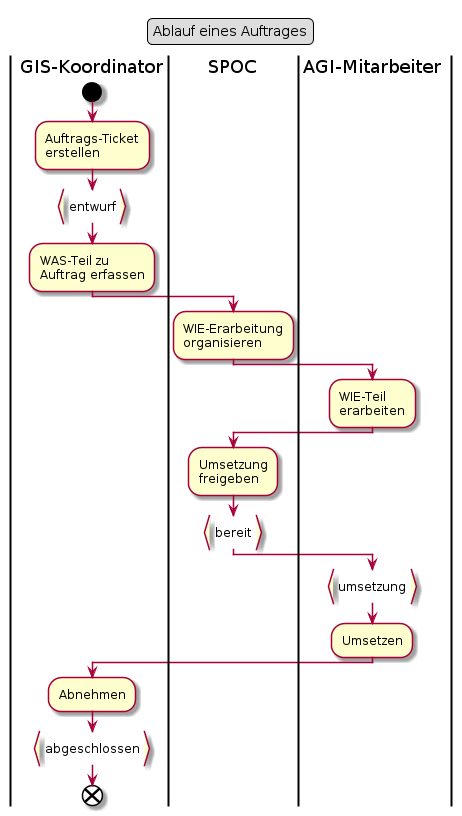
Before: puml_output/flow_auftrag.png, a diagram exported from PlantUML (ojeker/docktick).
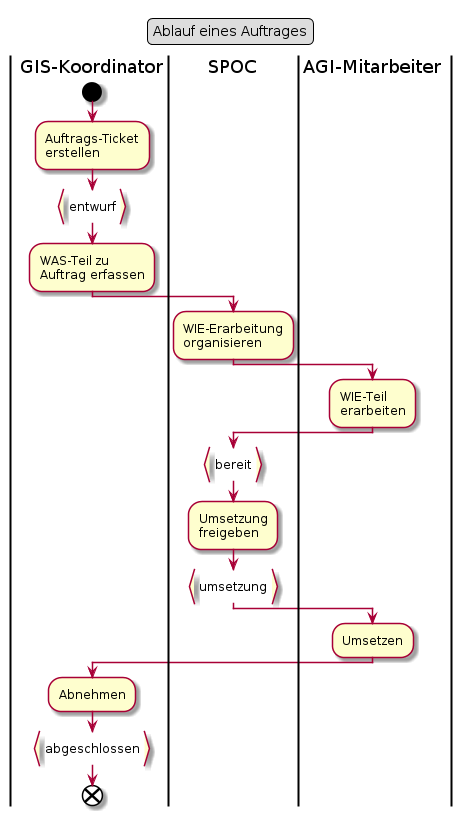
After the commit.

What changed in the source:
```diff
@@ -17,11 +17,11 @@
 :WIE-Teil
 erarbeiten;
 |SPOC|
+:bereit}
 :Umsetzung
 freigeben;
-:bereit}
+:umsetzung}
 |AGI-Mitarbeiter|
-:umsetzung}
 :Umsetzen;
 |GIS-Koordinator|
 :Abnehmen;
```
